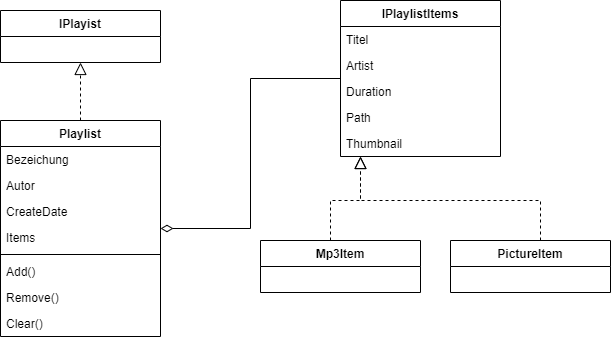
Earlier version of the draw.io export src/PlaylistGenerator-Bsp/images/classes-part1.drawio.png (atillakati/csharp-aufbau-2022-trainer). Source tidied: cells renumbered, new cells last; positions are measured from the earlier drawing's top-left corner, leaving out a move shared by most shapes. The source it was exported from:
```xml
<mxGraphModel>
  <root>
    <mxCell id="0" />
    <mxCell id="1" parent="0" />
    <mxCell id="2" style="edgeStyle=orthogonalEdgeStyle;html=1;endArrow=block;endFill=0;endSize=10;dashed=1;" parent="1" edge="1" source="3" target="19">
      <mxGeometry relative="1" as="geometry" />
    </mxCell>
    <mxCell id="3" value="Playlist" style="swimlane;fontStyle=1;align=center;verticalAlign=top;horizontal=1;startSize=26;" parent="1" vertex="1">
      <mxGeometry y="120" width="160" height="216" as="geometry" />
    </mxCell>
    <mxCell id="4" value="Bezeichung" style="text;strokeColor=none;fillColor=none;align=left;verticalAlign=top;spacingLeft=4;spacingRight=4;overflow=hidden;" parent="3" vertex="1">
      <mxGeometry y="26" width="160" height="26" as="geometry" />
    </mxCell>
    <mxCell id="5" value="Autor" style="text;strokeColor=none;fillColor=none;align=left;verticalAlign=top;spacingLeft=4;spacingRight=4;overflow=hidden;" parent="3" vertex="1">
      <mxGeometry y="52" width="160" height="26" as="geometry" />
    </mxCell>
    <mxCell id="6" value="CreateDate" style="text;strokeColor=none;fillColor=none;align=left;verticalAlign=top;spacingLeft=4;spacingRight=4;overflow=hidden;" parent="3" vertex="1">
      <mxGeometry y="78" width="160" height="26" as="geometry" />
    </mxCell>
    <mxCell id="7" value="Items" style="text;strokeColor=none;fillColor=none;align=left;verticalAlign=top;spacingLeft=4;spacingRight=4;overflow=hidden;" parent="3" vertex="1">
      <mxGeometry y="104" width="160" height="26" as="geometry" />
    </mxCell>
    <mxCell id="8" style="line;strokeWidth=1;fillColor=none;align=left;verticalAlign=middle;spacingTop=-1;spacingLeft=3;spacingRight=3;labelPosition=right;" parent="3" vertex="1">
      <mxGeometry y="130" width="160" height="8" as="geometry" />
    </mxCell>
    <mxCell id="9" value="Add()" style="text;strokeColor=none;fillColor=none;align=left;verticalAlign=top;spacingLeft=4;spacingRight=4;overflow=hidden;" parent="3" vertex="1">
      <mxGeometry y="138" width="160" height="26" as="geometry" />
    </mxCell>
    <mxCell id="10" value="Remove()" style="text;strokeColor=none;fillColor=none;align=left;verticalAlign=top;spacingLeft=4;spacingRight=4;overflow=hidden;" parent="3" vertex="1">
      <mxGeometry y="164" width="160" height="26" as="geometry" />
    </mxCell>
    <mxCell id="11" value="Clear()" style="text;strokeColor=none;fillColor=none;align=left;verticalAlign=top;spacingLeft=4;spacingRight=4;overflow=hidden;" parent="3" vertex="1">
      <mxGeometry y="190" width="160" height="26" as="geometry" />
    </mxCell>
    <mxCell id="12" style="edgeStyle=orthogonalEdgeStyle;html=1;endArrow=diamondThin;endFill=0;endSize=10;rounded=0;" parent="1" edge="1" source="13" target="3">
      <mxGeometry relative="1" as="geometry" />
    </mxCell>
    <mxCell id="13" value="IPlaylistItems" style="swimlane;fontStyle=1;align=center;verticalAlign=top;horizontal=1;startSize=26;" parent="1" vertex="1">
      <mxGeometry x="340" width="160" height="156" as="geometry" />
    </mxCell>
    <mxCell id="14" value="Titel" style="text;strokeColor=none;fillColor=none;align=left;verticalAlign=top;spacingLeft=4;spacingRight=4;overflow=hidden;" parent="13" vertex="1">
      <mxGeometry y="26" width="160" height="26" as="geometry" />
    </mxCell>
    <mxCell id="15" value="Artist" style="text;strokeColor=none;fillColor=none;align=left;verticalAlign=top;spacingLeft=4;spacingRight=4;overflow=hidden;" parent="13" vertex="1">
      <mxGeometry y="52" width="160" height="26" as="geometry" />
    </mxCell>
    <mxCell id="16" value="Duration" style="text;strokeColor=none;fillColor=none;align=left;verticalAlign=top;spacingLeft=4;spacingRight=4;overflow=hidden;" parent="13" vertex="1">
      <mxGeometry y="78" width="160" height="26" as="geometry" />
    </mxCell>
    <mxCell id="17" value="Path" style="text;strokeColor=none;fillColor=none;align=left;verticalAlign=top;spacingLeft=4;spacingRight=4;overflow=hidden;" parent="13" vertex="1">
      <mxGeometry y="104" width="160" height="26" as="geometry" />
    </mxCell>
    <mxCell id="18" value="Thumbnail" style="text;strokeColor=none;fillColor=none;align=left;verticalAlign=top;spacingLeft=4;spacingRight=4;overflow=hidden;points=[[0,0.5],[1,0.5]];portConstraint=eastwest;" parent="13" vertex="1">
      <mxGeometry y="130" width="160" height="26" as="geometry" />
    </mxCell>
    <mxCell id="19" value="IPlayist" style="swimlane;fontStyle=1;align=center;verticalAlign=top;horizontal=1;startSize=26;" parent="1" vertex="1">
      <mxGeometry y="10" width="160" height="52" as="geometry" />
    </mxCell>
    <mxCell id="20" style="edgeStyle=orthogonalEdgeStyle;html=1;endArrow=block;endFill=0;endSize=10;rounded=0;dashed=1;" parent="1" edge="1" source="21" target="13">
      <mxGeometry relative="1" as="geometry">
        <Array as="points">
          <mxPoint x="330" y="200" />
          <mxPoint x="360" y="200" />
        </Array>
      </mxGeometry>
    </mxCell>
    <mxCell id="21" value="Mp3Item" style="swimlane;fontStyle=1;align=center;verticalAlign=top;horizontal=1;startSize=26;" parent="1" vertex="1">
      <mxGeometry x="260" y="240" width="160" height="52" as="geometry" />
    </mxCell>
    <mxCell id="22" style="edgeStyle=orthogonalEdgeStyle;rounded=0;html=1;dashed=1;endArrow=block;endFill=0;endSize=10;" parent="1" edge="1" source="23" target="18">
      <mxGeometry relative="1" as="geometry">
        <Array as="points">
          <mxPoint x="540" y="200" />
          <mxPoint x="360" y="200" />
        </Array>
      </mxGeometry>
    </mxCell>
    <mxCell id="23" value="PictureItem" style="swimlane;fontStyle=1;align=center;verticalAlign=top;horizontal=1;startSize=26;" parent="1" vertex="1">
      <mxGeometry x="450" y="240" width="160" height="52" as="geometry" />
    </mxCell>
  </root>
</mxGraphModel>
```
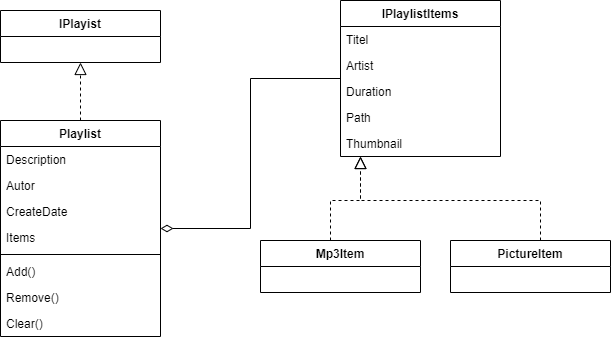
Later version of the same file.

Commit message:
Update class diagramm property names

What changed in the source:
```diff
@@ -8,7 +8,7 @@
     <mxCell id="3" value="Playlist" style="swimlane;fontStyle=1;align=center;verticalAlign=top;horizontal=1;startSize=26;" parent="1" vertex="1">
       <mxGeometry y="120" width="160" height="216" as="geometry" />
     </mxCell>
-    <mxCell id="4" value="Bezeichung" style="text;strokeColor=none;fillColor=none;align=left;verticalAlign=top;spacingLeft=4;spacingRight=4;overflow=hidden;" parent="3" vertex="1">
+    <mxCell id="4" value="Description" style="text;strokeColor=none;fillColor=none;align=left;verticalAlign=top;spacingLeft=4;spacingRight=4;overflow=hidden;" parent="3" vertex="1">
       <mxGeometry y="26" width="160" height="26" as="geometry" />
     </mxCell>
     <mxCell id="5" value="Autor" style="text;strokeColor=none;fillColor=none;align=left;verticalAlign=top;spacingLeft=4;spacingRight=4;overflow=hidden;" parent="3" vertex="1">
```
